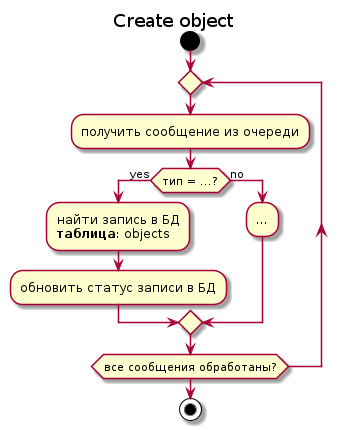
Earlier version of the PlantUML export assets/images/some-api-activity.png (katerina-glushko/requirements-templates).
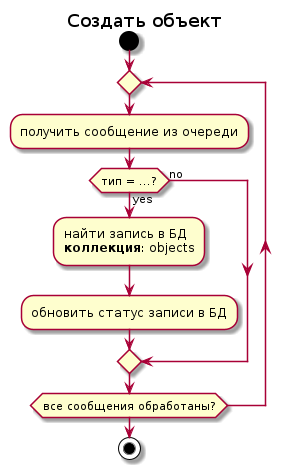
After the commit.

What changed in the source:
```diff
@@ -1,14 +1,14 @@
 @startuml
 
-title Create object
+title Создать объект
 start
 repeat
     :получить сообщение из очереди;
     if (тип = ...?) then (yes)
-        :найти запись в БД\n**таблица**: objects;
+        :найти запись в БД\n**коллекция**: objects;
         :обновить статус записи в БД;
     else (no)
-        :...;
+
     endif
 repeat while (все сообщения обработаны?)
 stop
```
